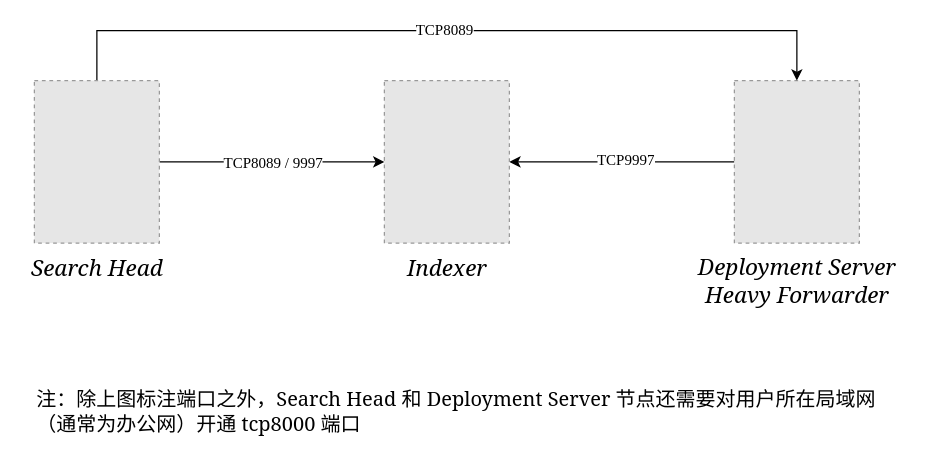
Earlier version of the draw.io diagram img/未命名绘图.drawio (sumkomorebi/PicGo). Source tidied: cells renumbered, new cells numbered last; positions are measured from the earlier drawing's top-left corner, leaving out a move shared by most shapes. Both pictures are drawn from the tidied source at 125%, with x=0, y=0 at pixel (21, 30). Pictures stored in the file or linked from it are replaced by grey dashed boxes.
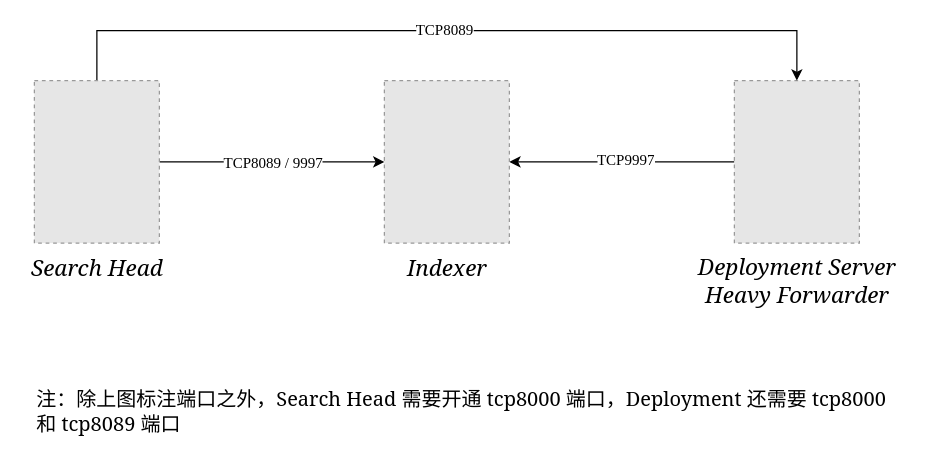
After the change.

Commit message (it also covers changes not shown here):
更新未命名绘图.drawio

Change to the diagram source:
```diff
@@
 <mxGraphModel>
   <root>
     <mxCell id="0" />
     <mxCell id="1" parent="0" />
     <mxCell id="2" style="edgeStyle=orthogonalEdgeStyle;rounded=0;jettySize=auto;html=1;entryX=1;entryY=0.5;entryDx=0;entryDy=0;" parent="1" edge="1" source="4" target="5">
       <mxGeometry relative="1" as="geometry" />
     </mxCell>
     <mxCell id="3" value="TCP9997" style="edgeLabel;html=1;align=center;verticalAlign=middle;fontFamily=Times New Roman;fontSize=12;" parent="2" vertex="1">
       <mxGeometry x="-0.02" y="-2" relative="1" as="geometry" />
     </mxCell>
     <mxCell id="4" style="fillColor=#E6E6E6;strokeColor=#999999;dashed=1;verticalLabelPosition=bottom;verticalAlign=top;" parent="1" vertex="1">
       <mxGeometry x="570" y="40" width="100" height="130" as="geometry" />
     </mxCell>
     <mxCell id="5" style="fillColor=#E6E6E6;strokeColor=#999999;dashed=1;verticalLabelPosition=bottom;verticalAlign=top;" parent="1" vertex="1">
       <mxGeometry x="290" y="40" width="100" height="130" as="geometry" />
     </mxCell>
     <mxCell id="6" style="edgeStyle=orthogonalEdgeStyle;rounded=0;jettySize=auto;html=1;entryX=0;entryY=0.5;entryDx=0;entryDy=0;" parent="1" edge="1" source="10" target="5">
       <mxGeometry relative="1" as="geometry" />
     </mxCell>
     <mxCell id="7" value="TCP8089 / 9997" style="edgeLabel;html=1;align=center;verticalAlign=middle;fontFamily=Times New Roman;fontStyle=0;fontSize=12;" parent="6" vertex="1">
       <mxGeometry x="0.03" y="3" relative="1" as="geometry">
         <mxPoint x="-3" y="3" as="offset" />
       </mxGeometry>
     </mxCell>
     <mxCell id="8" style="edgeStyle=orthogonalEdgeStyle;rounded=0;jettySize=auto;html=1;entryX=0.5;entryY=0;entryDx=0;entryDy=0;" parent="1" edge="1" source="10" target="4">
       <mxGeometry relative="1" as="geometry">
         <Array as="points">
           <mxPoint x="60" />
           <mxPoint x="620" />
         </Array>
       </mxGeometry>
     </mxCell>
     <mxCell id="9" value="TCP8089" style="edgeLabel;html=1;align=center;verticalAlign=middle;fontFamily=Times New Roman;fontSize=12;" parent="8" vertex="1">
       <mxGeometry x="-0.01" y="1" relative="1" as="geometry" />
     </mxCell>
     <mxCell id="10" style="fillColor=#E6E6E6;strokeColor=#999999;dashed=1;verticalLabelPosition=bottom;verticalAlign=top;" parent="1" vertex="1">
       <mxGeometry x="10" y="40" width="100" height="130" as="geometry" />
     </mxCell>
     <mxCell id="11" value="Search Head" style="text;html=1;align=center;verticalAlign=middle;strokeColor=none;fillColor=none;fontFamily=Georgia;fontSize=18;fontStyle=2;" parent="1" vertex="1">
       <mxGeometry y="170" width="120" height="40" as="geometry" />
     </mxCell>
     <mxCell id="12" value="Indexer" style="text;html=1;align=center;verticalAlign=middle;strokeColor=none;fillColor=none;fontFamily=Georgia;fontSize=18;fontStyle=2;" parent="1" vertex="1">
       <mxGeometry x="295" y="170" width="90" height="40" as="geometry" />
     </mxCell>
     <mxCell id="13" value="Deployment Server&lt;br&gt;Heavy Forwarder" style="text;html=1;align=center;verticalAlign=middle;strokeColor=none;fillColor=none;fontFamily=Georgia;fontSize=18;fontStyle=2;" parent="1" vertex="1">
       <mxGeometry x="530" y="170" width="180" height="60" as="geometry" />
     </mxCell>
-    <mxCell id="14" value="注：除上图标注端口之外，Search Head 和 Deployment Server 节点还需要对用户所在局域网&lt;br&gt;（通常为办公网）开通 tcp8000 端口" style="text;html=1;align=left;verticalAlign=middle;strokeColor=none;fillColor=none;fontFamily=Georgia;fontSize=16;" parent="1" vertex="1">
-      <mxGeometry x="10" y="280" width="680" height="50" as="geometry" />
+    <mxCell id="14" value="注：除上图标注端口之外，Search Head 需要开通 tcp8000 端口，Deployment 还需要 tcp8000&lt;br&gt;和 tcp8089 端口" style="text;html=1;align=left;verticalAlign=middle;strokeColor=none;fillColor=none;fontFamily=Georgia;fontSize=16;" parent="1" vertex="1">
+      <mxGeometry x="10" y="280" width="690" height="50" as="geometry" />
     </mxCell>
   </root>
 </mxGraphModel>
```
